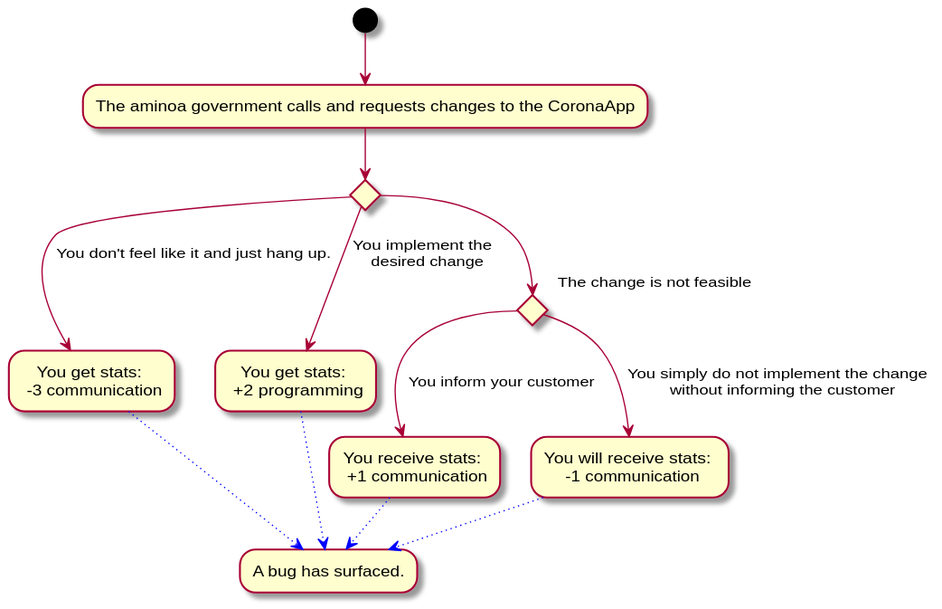
This is Docs/Technical Specifications/docs/diagrams/StoryFlow/StoryFlow_Decision_10.svg from Brotenko/QualityQuest, a PlantUML export, as it was before one commit.
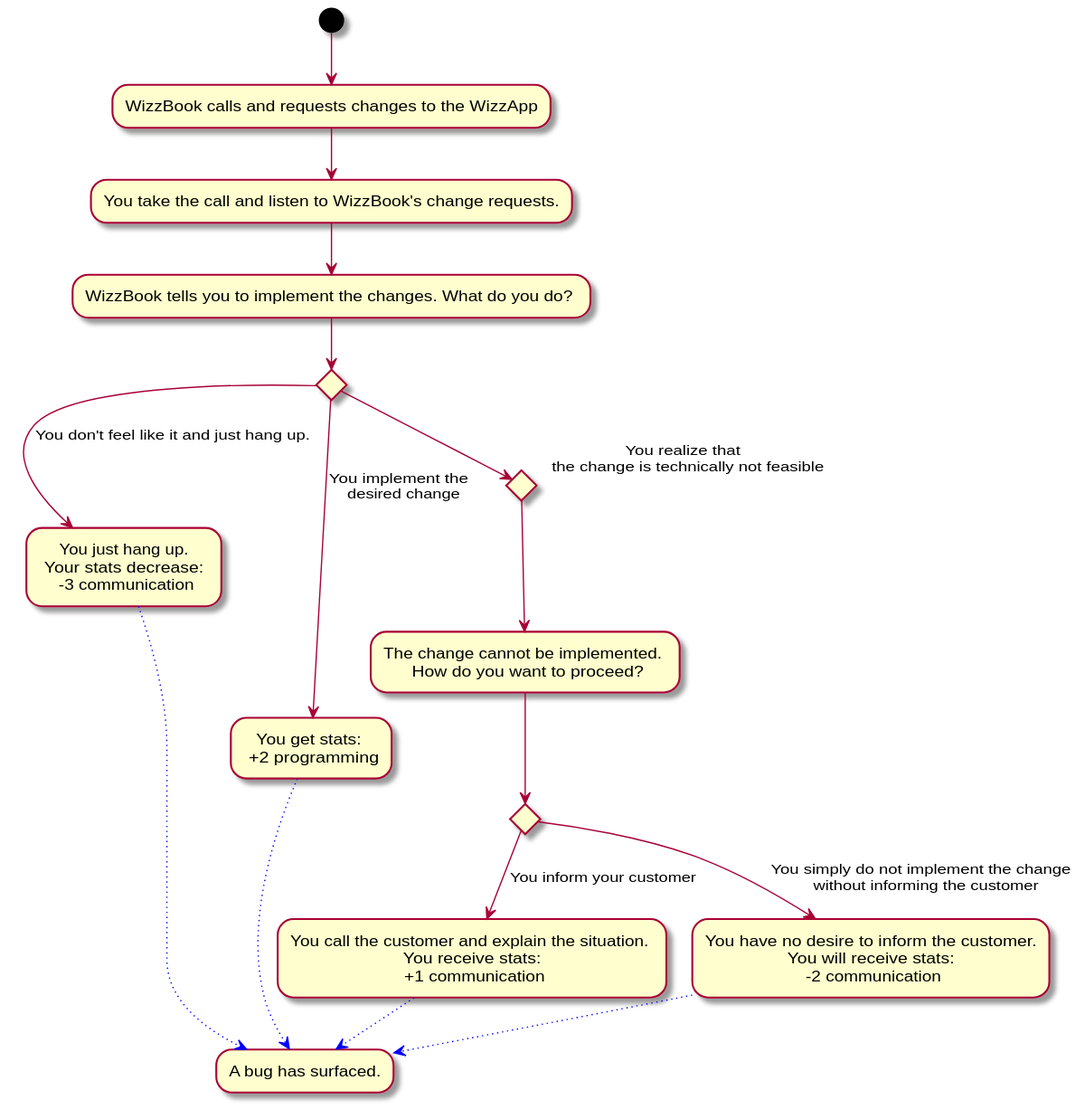
Above is the later version.

What changed in the source:
```diff
@@ -1,14 +1,18 @@
 @startuml
-(*) --> "The aminoa government calls and requests changes to the CoronaApp" as app
+(*) --> "WizzBook calls and requests changes to the WizzApp" as app
+--> "You take the call and listen to WizzBook's change requests."
+--> "WizzBook tells you to implement the changes. What do you do? "
 if "" then
---> [You don't feel like it and just hang up.] "You get stats: \n -3 communication" as a1
+--> [You don't feel like it and just hang up.] "You just hang up.\n Your stats decrease: \n -3 communication" as a1
 else
 --> [You implement the \n desired change] "You get stats: \n +2 programming" as a2
 else
-if "The change is not feasible"
---> [You inform your customer] "You receive stats: \n +1 communication" as b1
+if "You realize that \n the change is technically not feasible"
+--> "The change cannot be implemented. \n How do you want to proceed?"
+if "" then
+--> [You inform your customer] "You call the customer and explain the situation. \n You receive stats: \n +1 communication" as b1
 else
---> [You simply do not implement the change \n without informing the customer] "You will receive stats: \n -1 communication"
+--> [You simply do not implement the change \n without informing the customer] "You have no desire to inform the customer.\n You will receive stats: \n -2 communication"
 -[#blue,dotted]-> "A bug has surfaced." as bug
 a1 -[#blue,dotted]-> bug
 a2 -[#blue,dotted]-> bug
```
